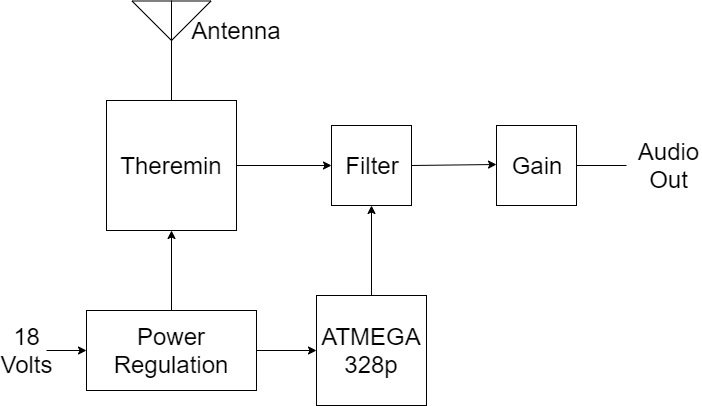
Above: Theremizer High Level BD.png in kaibrooks/synthy (draw.io), before the change. Source tidied: cells renumbered, new cells last; positions are measured from the earlier drawing's top-left corner, leaving out a move shared by most shapes. Source of this version:
```xml
<mxGraphModel>
  <root>
    <mxCell id="0" />
    <mxCell id="1" parent="0" />
    <mxCell id="2" value="&lt;font style=&quot;font-size: 24px&quot;&gt;Theremin&lt;/font&gt;" style="whiteSpace=wrap;html=1;" parent="1" vertex="1">
      <mxGeometry x="100" y="100" width="130" height="130" as="geometry" />
    </mxCell>
    <mxCell id="3" style="verticalLabelPosition=bottom;shadow=0;dashed=0;align=center;fillColor=#ffffff;html=1;verticalAlign=top;strokeWidth=1;shape=mxgraph.electrical.radio.aerial_-_antenna_2;" parent="1" vertex="1">
      <mxGeometry x="125.5" width="79" height="100" as="geometry" />
    </mxCell>
    <mxCell id="4" style="edgeStyle=orthogonalEdgeStyle;rounded=0;jettySize=auto;html=1;exitX=1;exitY=0.5;exitDx=0;exitDy=0;entryX=0;entryY=0.5;entryDx=0;entryDy=0;" parent="1" edge="1" source="5" target="7">
      <mxGeometry relative="1" as="geometry" />
    </mxCell>
    <mxCell id="5" value="&lt;font style=&quot;font-size: 24px&quot;&gt;18 Volts&lt;/font&gt;" style="text;html=1;strokeColor=none;fillColor=none;align=center;verticalAlign=middle;whiteSpace=wrap;rounded=0;" parent="1" vertex="1">
      <mxGeometry y="340" width="40" height="20" as="geometry" />
    </mxCell>
    <mxCell id="6" style="edgeStyle=orthogonalEdgeStyle;rounded=0;orthogonalLoop=1;jettySize=auto;html=1;exitX=0.5;exitY=1;exitDx=0;exitDy=0;" parent="1" edge="1" source="5" target="5">
      <mxGeometry relative="1" as="geometry" />
    </mxCell>
    <mxCell id="7" value="&lt;font style=&quot;font-size: 24px&quot;&gt;Power Regulation&lt;/font&gt;" style="rounded=0;whiteSpace=wrap;html=1;" parent="1" vertex="1">
      <mxGeometry x="80" y="310" width="170" height="80" as="geometry" />
    </mxCell>
    <mxCell id="8" style="endArrow=classic;html=1;entryX=0.5;entryY=1;entryDx=0;entryDy=0;" parent="1" edge="1" target="2">
      <mxGeometry relative="1" as="geometry">
        <mxPoint x="165" y="310" as="sourcePoint" />
      </mxGeometry>
    </mxCell>
    <mxCell id="9" style="endArrow=classic;html=1;" parent="1" edge="1">
      <mxGeometry relative="1" as="geometry">
        <mxPoint x="250" y="350" as="sourcePoint" />
        <mxPoint x="310" y="350" as="targetPoint" />
      </mxGeometry>
    </mxCell>
    <mxCell id="10" value="&lt;font style=&quot;font-size: 24px&quot;&gt;ATMEGA 328p&lt;/font&gt;" style="whiteSpace=wrap;html=1;" parent="1" vertex="1">
      <mxGeometry x="310" y="295" width="110" height="110" as="geometry" />
    </mxCell>
    <mxCell id="11" value="&lt;font style=&quot;font-size: 24px&quot;&gt;Antenna&lt;/font&gt;" style="text;html=1;strokeColor=none;fillColor=none;align=center;verticalAlign=middle;whiteSpace=wrap;rounded=0;" parent="1" vertex="1">
      <mxGeometry x="210" y="20" width="40" height="20" as="geometry" />
    </mxCell>
    <mxCell id="12" value="&lt;font style=&quot;font-size: 24px&quot;&gt;Filter&lt;/font&gt;" style="whiteSpace=wrap;html=1;" parent="1" vertex="1">
      <mxGeometry x="325" y="125" width="80" height="80" as="geometry" />
    </mxCell>
    <mxCell id="13" value="&lt;font style=&quot;font-size: 24px&quot;&gt;Gain&lt;/font&gt;" style="whiteSpace=wrap;html=1;" parent="1" vertex="1">
      <mxGeometry x="490" y="125" width="80" height="80" as="geometry" />
    </mxCell>
    <mxCell id="14" style="endArrow=none;html=1;" parent="1" edge="1">
      <mxGeometry relative="1" as="geometry">
        <mxPoint x="570" y="165" as="sourcePoint" />
        <mxPoint x="620" y="165" as="targetPoint" />
      </mxGeometry>
    </mxCell>
    <mxCell id="15" value="&lt;font style=&quot;font-size: 24px&quot;&gt;Audio Out&lt;/font&gt;" style="text;html=1;strokeColor=none;fillColor=none;align=center;verticalAlign=middle;whiteSpace=wrap;rounded=0;" parent="1" vertex="1">
      <mxGeometry x="630" y="155" width="65" height="20" as="geometry" />
    </mxCell>
    <mxCell id="16" style="endArrow=classic;html=1;entryX=0.5;entryY=1;entryDx=0;entryDy=0;" parent="1" edge="1" target="12">
      <mxGeometry relative="1" as="geometry">
        <mxPoint x="365" y="295" as="sourcePoint" />
      </mxGeometry>
    </mxCell>
    <mxCell id="17" style="endArrow=classic;html=1;entryX=0;entryY=0.5;entryDx=0;entryDy=0;" parent="1" edge="1" target="12">
      <mxGeometry relative="1" as="geometry">
        <mxPoint x="230" y="165" as="sourcePoint" />
      </mxGeometry>
    </mxCell>
    <mxCell id="18" style="endArrow=classic;html=1;entryX=0;entryY=0.5;entryDx=0;entryDy=0;exitX=1;exitY=0.5;exitDx=0;exitDy=0;" parent="1" edge="1" source="12">
      <mxGeometry relative="1" as="geometry">
        <mxPoint x="490" y="164" as="targetPoint" />
      </mxGeometry>
    </mxCell>
  </root>
</mxGraphModel>
```
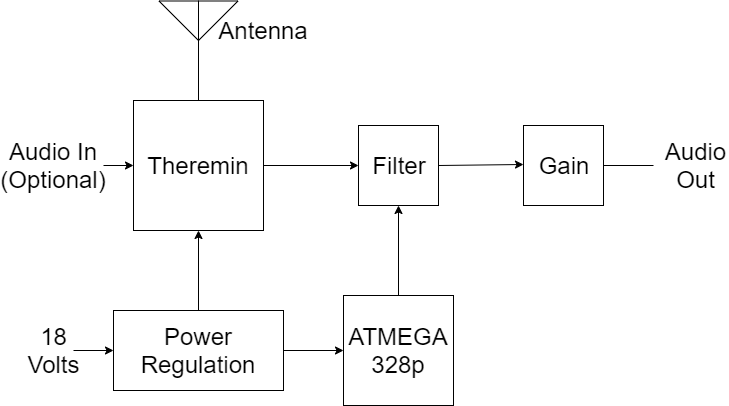
Above is the later version.

Commit message:
Added Optional Audio In to BD

Also, added original schematic file for further edits if needed.

Change to the diagram source:
```diff
@@ -67,5 +67,13 @@
         <mxPoint x="490" y="164" as="targetPoint" />
       </mxGeometry>
     </mxCell>
+    <mxCell id="19" value="&lt;font style=&quot;font-size: 24px&quot;&gt;Audio In (Optional)&lt;/font&gt;" style="text;html=1;strokeColor=none;fillColor=none;align=center;verticalAlign=middle;whiteSpace=wrap;rounded=0;" parent="1" vertex="1">
+      <mxGeometry x="-30" y="135" width="100" height="60" as="geometry" />
+    </mxCell>
+    <mxCell id="20" style="endArrow=classic;html=1;entryX=0;entryY=0.5;entryDx=0;entryDy=0;" parent="1" edge="1" target="2">
+      <mxGeometry relative="1" as="geometry">
+        <mxPoint x="70" y="165" as="sourcePoint" />
+      </mxGeometry>
+    </mxCell>
   </root>
 </mxGraphModel>
```
